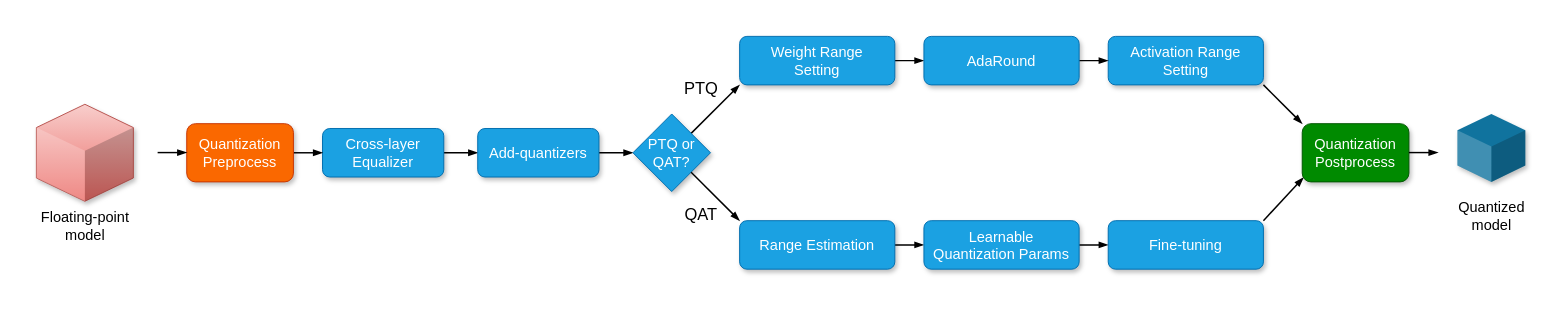
hoangtv2000/document-collection keeps this draw.io diagram as Untitled Diagram.drawio. Above is the earlier version. Source tidied: cells renumbered, new cells numbered last; positions are measured from the earlier drawing's top-left corner, leaving out a move shared by most shapes. Both pictures are drawn from the tidied source at 97%, with x=0, y=0 at pixel (31, 36).
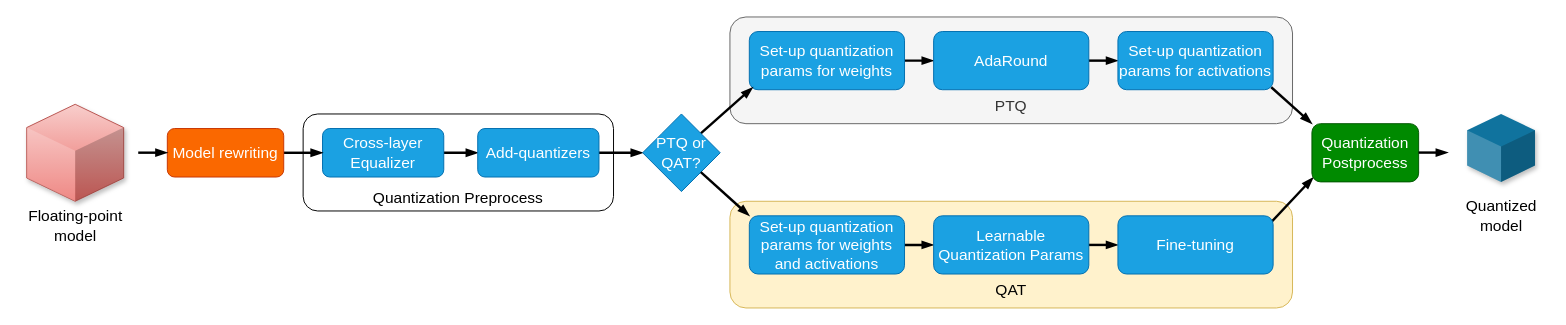
The same page after the edit.

Change to the diagram source:
```diff
@@
+    <mxCell id="13" value="&lt;div&gt;&lt;br&gt;&lt;/div&gt;&lt;div&gt;&lt;br&gt;&lt;/div&gt;&lt;div&gt;&lt;br&gt;&lt;/div&gt;&lt;div&gt;&lt;br&gt;&lt;/div&gt;&lt;div&gt;&lt;br&gt;&lt;/div&gt;&lt;div&gt;&lt;span style=&quot;font-size: 16px;&quot;&gt;PTQ&lt;/span&gt;&lt;/div&gt;" style="rounded=1;whiteSpace=wrap;html=1;fillColor=#f5f5f5;strokeColor=#666666;fontColor=#333333;" parent="1" vertex="1">
+      <mxGeometry x="720" y="-20" width="580" height="110" as="geometry" />
+    </mxCell>
+    <mxCell id="32" style="edgeStyle=orthogonalEdgeStyle;rounded=0;jettySize=auto;html=1;strokeColor=default;strokeWidth=2.5;align=center;verticalAlign=middle;fontFamily=Helvetica;fontSize=11;fontColor=default;labelBackgroundColor=default;endArrow=blockThin;endFill=1;entryX=0;entryY=0.5;entryDx=0;entryDy=0;" parent="1" edge="1" source="33">
+      <mxGeometry relative="1" as="geometry">
+        <mxPoint x="930" y="25" as="targetPoint" />
+      </mxGeometry>
+    </mxCell>
+    <mxCell id="33" value="Set-up quantization&lt;br&gt;params for weights" style="rounded=1;whiteSpace=wrap;html=1;fillColor=#1ba1e2;strokeColor=#006EAF;fontColor=#ffffff;shadow=0;fontSize=16;" parent="1" vertex="1">
+      <mxGeometry x="740" y="-5" width="160" height="60" as="geometry" />
+    </mxCell>
+    <mxCell id="34" style="edgeStyle=orthogonalEdgeStyle;rounded=0;orthogonalLoop=1;jettySize=auto;html=1;entryX=0;entryY=0.5;entryDx=0;entryDy=0;strokeColor=default;strokeWidth=2.5;align=center;verticalAlign=middle;fontFamily=Helvetica;fontSize=11;fontColor=default;labelBackgroundColor=default;endArrow=blockThin;endFill=1;" parent="1" edge="1">
+      <mxGeometry relative="1" as="geometry">
+        <mxPoint x="1090" y="25" as="sourcePoint" />
+        <mxPoint x="1120" y="25" as="targetPoint" />
+      </mxGeometry>
+    </mxCell>
+    <mxCell id="21" value="AdaRound" style="rounded=1;whiteSpace=wrap;html=1;fillColor=#1ba1e2;strokeColor=#006EAF;fontColor=#ffffff;shadow=0;fontSize=16;" parent="1" vertex="1">
+      <mxGeometry x="930" y="-5" width="160" height="60" as="geometry" />
+    </mxCell>
+    <mxCell id="35" value="Set-up quantization&lt;br&gt;params for activations" style="rounded=1;whiteSpace=wrap;html=1;fillColor=#1ba1e2;strokeColor=#006EAF;fontColor=#ffffff;shadow=0;fontSize=16;" parent="1" vertex="1">
+      <mxGeometry x="1120" y="-5" width="160" height="60" as="geometry" />
+    </mxCell>
+    <mxCell id="36" value="&lt;div&gt;&lt;br&gt;&lt;/div&gt;&lt;div&gt;&lt;br&gt;&lt;/div&gt;&lt;div&gt;&lt;br&gt;&lt;/div&gt;&lt;div&gt;&lt;br&gt;&lt;/div&gt;&lt;div&gt;&lt;br&gt;&lt;/div&gt;&lt;div&gt;&lt;font style=&quot;font-size: 16px;&quot;&gt;Quantization Preprocess&lt;/font&gt;&lt;/div&gt;" style="rounded=1;whiteSpace=wrap;html=1;" parent="1" vertex="1">
+      <mxGeometry x="280" y="80" width="320" height="100" as="geometry" />
+    </mxCell>
+    <mxCell id="17" value="&lt;div&gt;&lt;br&gt;&lt;/div&gt;&lt;div&gt;&lt;br&gt;&lt;/div&gt;&lt;div&gt;&lt;br&gt;&lt;/div&gt;&lt;div&gt;&lt;br&gt;&lt;/div&gt;&lt;div&gt;&lt;br&gt;&lt;/div&gt;&lt;div&gt;&lt;font style=&quot;font-size: 16px;&quot;&gt;QAT&lt;/font&gt;&lt;/div&gt;" style="rounded=1;whiteSpace=wrap;html=1;fillColor=#fff2cc;strokeColor=#d6b656;" parent="1" vertex="1">
+      <mxGeometry x="720" y="170" width="580" height="110" as="geometry" />
+    </mxCell>
     <mxCell id="2" style="verticalLabelPosition=bottom;verticalAlign=top;html=1;shape=mxgraph.infographic.shadedCube;isoAngle=15;fillColor=#f8cecc;strokeColor=#b85450;gradientColor=#ea6b66;shadow=1;" parent="1" vertex="1">
-      <mxGeometry x="5" y="70" width="100" height="100" as="geometry" />
+      <mxGeometry x="-5" y="70" width="100" height="100" as="geometry" />
     </mxCell>
-    <mxCell id="3" value="&lt;font style=&quot;font-size: 15px;&quot;&gt;Floating-point&lt;br&gt;model&lt;/font&gt;" style="text;html=1;align=center;verticalAlign=middle;strokeColor=none;fillColor=none;" parent="1" vertex="1">
-      <mxGeometry y="170" width="110" height="50" as="geometry" />
+    <mxCell id="3" value="&lt;font style=&quot;font-size: 16px;&quot;&gt;Floating-point&lt;br&gt;model&lt;/font&gt;" style="text;html=1;align=center;verticalAlign=middle;strokeColor=none;fillColor=none;" parent="1" vertex="1">
+      <mxGeometry x="-15" y="170" width="120" height="50" as="geometry" />
     </mxCell>
-    <mxCell id="4" style="edgeStyle=orthogonalEdgeStyle;rounded=0;jettySize=auto;html=1;strokeColor=default;strokeWidth=1.5;align=center;verticalAlign=middle;fontFamily=Helvetica;fontSize=11;fontColor=default;labelBackgroundColor=default;endArrow=blockThin;endFill=1;" parent="1" edge="1" source="5" target="7">
+    <mxCell id="4" style="edgeStyle=orthogonalEdgeStyle;rounded=0;jettySize=auto;html=1;strokeColor=default;strokeWidth=2.5;align=center;verticalAlign=middle;fontFamily=Helvetica;fontSize=11;fontColor=default;labelBackgroundColor=default;endArrow=blockThin;endFill=1;" parent="1" edge="1" source="5" target="7">
       <mxGeometry relative="1" as="geometry" />
     </mxCell>
-    <mxCell id="5" value="&lt;font style=&quot;font-size: 15px;&quot;&gt;Cross-layer Equalizer&lt;/font&gt;" style="rounded=1;whiteSpace=wrap;html=1;fillColor=#1ba1e2;strokeColor=#006EAF;fontColor=#ffffff;shadow=1;" parent="1" vertex="1">
+    <mxCell id="5" value="&lt;font style=&quot;font-size: 16px;&quot;&gt;Cross-layer Equalizer&lt;/font&gt;" style="rounded=1;whiteSpace=wrap;html=1;fillColor=#1ba1e2;strokeColor=#006EAF;fontColor=#ffffff;shadow=0;fontSize=16;" parent="1" vertex="1">
       <mxGeometry x="300" y="95" width="125" height="50" as="geometry" />
     </mxCell>
-    <mxCell id="6" style="edgeStyle=orthogonalEdgeStyle;rounded=0;jettySize=auto;html=1;entryX=0;entryY=0.5;entryDx=0;entryDy=0;strokeColor=default;strokeWidth=1.5;align=center;verticalAlign=middle;fontFamily=Helvetica;fontSize=11;fontColor=default;labelBackgroundColor=default;endArrow=blockThin;endFill=1;" parent="1" edge="1" source="7" target="10">
+    <mxCell id="6" style="edgeStyle=orthogonalEdgeStyle;rounded=0;jettySize=auto;html=1;entryX=0;entryY=0.5;entryDx=0;entryDy=0;strokeColor=default;strokeWidth=2.5;align=center;verticalAlign=middle;fontFamily=Helvetica;fontSize=11;fontColor=default;labelBackgroundColor=default;endArrow=blockThin;endFill=1;" parent="1" edge="1" source="7" target="10">
       <mxGeometry relative="1" as="geometry" />
     </mxCell>
-    <mxCell id="7" value="&lt;font style=&quot;font-size: 15px;&quot;&gt;Add-quantizers&lt;/font&gt;" style="rounded=1;whiteSpace=wrap;html=1;fillColor=#1ba1e2;strokeColor=#006EAF;fontColor=#ffffff;shadow=1;" parent="1" vertex="1">
+    <mxCell id="7" value="&lt;font style=&quot;font-size: 16px;&quot;&gt;Add-quantizers&lt;/font&gt;" style="rounded=1;whiteSpace=wrap;html=1;fillColor=#1ba1e2;strokeColor=#006EAF;fontColor=#ffffff;shadow=0;fontSize=16;" parent="1" vertex="1">
       <mxGeometry x="460" y="95" width="125" height="50" as="geometry" />
     </mxCell>
-    <mxCell id="8" style="edgeStyle=orthogonalEdgeStyle;rounded=0;jettySize=auto;html=1;entryX=0;entryY=0.5;entryDx=0;entryDy=0;endArrow=blockThin;endFill=1;strokeWidth=1.5;" parent="1" edge="1" target="5">
-      <mxGeometry relative="1" as="geometry">
-        <mxPoint x="270" y="120" as="sourcePoint" />
-        <Array as="points">
-          <mxPoint x="300" y="120" />
-          <mxPoint x="300" y="120" />
-        </Array>
-      </mxGeometry>
+    <mxCell id="8" style="edgeStyle=orthogonalEdgeStyle;rounded=0;jettySize=auto;html=1;entryX=0;entryY=0.5;entryDx=0;entryDy=0;endArrow=blockThin;endFill=1;strokeWidth=2.5;exitX=1;exitY=0.5;exitDx=0;exitDy=0;" parent="1" edge="1" source="29" target="5">
+      <mxGeometry relative="1" as="geometry" />
     </mxCell>
-    <mxCell id="9" style="rounded=0;jettySize=auto;html=1;exitX=1;exitY=0;exitDx=0;exitDy=0;entryX=0;entryY=1;entryDx=0;entryDy=0;strokeColor=default;strokeWidth=1.5;align=center;verticalAlign=middle;fontFamily=Helvetica;fontSize=11;fontColor=default;labelBackgroundColor=default;endArrow=blockThin;endFill=1;" parent="1" edge="1" source="10" target="12">
+    <mxCell id="9" style="rounded=0;jettySize=auto;html=1;exitX=1;exitY=0;exitDx=0;exitDy=0;strokeColor=default;strokeWidth=2.5;align=center;verticalAlign=middle;fontFamily=Helvetica;fontSize=11;fontColor=default;labelBackgroundColor=default;endArrow=blockThin;endFill=1;entryX=0.022;entryY=0.961;entryDx=0;entryDy=0;entryPerimeter=0;" parent="1" edge="1" source="10" target="33">
       <mxGeometry relative="1" as="geometry" />
     </mxCell>
-    <mxCell id="10" value="&lt;font style=&quot;font-size: 15px;&quot;&gt;PTQ or&lt;br&gt;QAT?&lt;/font&gt;" style="rhombus;whiteSpace=wrap;html=1;fillColor=#1ba1e2;strokeColor=#006EAF;fontColor=#ffffff;rounded=1;arcSize=0;shadow=1;" parent="1" vertex="1">
-      <mxGeometry x="620" y="80" width="80" height="80" as="geometry" />
+    <mxCell id="10" value="&lt;font style=&quot;font-size: 16px;&quot;&gt;PTQ or&lt;br style=&quot;font-size: 16px;&quot;&gt;QAT?&lt;/font&gt;" style="rhombus;whiteSpace=wrap;html=1;fillColor=#1ba1e2;strokeColor=#006EAF;fontColor=#ffffff;rounded=1;arcSize=0;shadow=0;fontSize=16;" parent="1" vertex="1">
+      <mxGeometry x="630" y="80" width="80" height="80" as="geometry" />
     </mxCell>
-    <mxCell id="11" style="edgeStyle=orthogonalEdgeStyle;rounded=0;jettySize=auto;html=1;strokeColor=default;strokeWidth=1.5;align=center;verticalAlign=middle;fontFamily=Helvetica;fontSize=11;fontColor=default;labelBackgroundColor=default;endArrow=blockThin;endFill=1;entryX=0;entryY=0.5;entryDx=0;entryDy=0;" parent="1" edge="1" source="12" target="21">
-      <mxGeometry relative="1" as="geometry" />
-    </mxCell>
-    <mxCell id="12" value="&lt;span style=&quot;font-size: 15px;&quot;&gt;Weight Range&lt;br&gt;Setting&lt;/span&gt;" style="rounded=1;whiteSpace=wrap;html=1;fillColor=#1ba1e2;strokeColor=#006EAF;fontColor=#ffffff;shadow=1;" parent="1" vertex="1">
-      <mxGeometry x="730" width="160" height="50" as="geometry" />
-    </mxCell>
-    <mxCell id="13" value="&lt;font style=&quot;font-size: 17px;&quot;&gt;PTQ&lt;/font&gt;" style="text;html=1;align=center;verticalAlign=middle;strokeColor=none;fillColor=none;fontFamily=Helvetica;fontSize=11;fontColor=default;labelBackgroundColor=default;" parent="1" vertex="1">
-      <mxGeometry x="660" y="40" width="60" height="30" as="geometry" />
-    </mxCell>
-    <mxCell id="14" style="edgeStyle=orthogonalEdgeStyle;rounded=0;jettySize=auto;html=1;strokeColor=default;strokeWidth=1.5;align=center;verticalAlign=middle;fontFamily=Helvetica;fontSize=11;fontColor=default;labelBackgroundColor=default;endArrow=blockThin;endFill=1;entryX=0;entryY=0.5;entryDx=0;entryDy=0;" parent="1" edge="1" source="15" target="23">
-      <mxGeometry relative="1" as="geometry" />
+    <mxCell id="14" style="edgeStyle=orthogonalEdgeStyle;rounded=0;jettySize=auto;html=1;strokeColor=default;strokeWidth=2.5;align=center;verticalAlign=middle;fontFamily=Helvetica;fontSize=11;fontColor=default;labelBackgroundColor=default;endArrow=blockThin;endFill=1;entryX=0;entryY=0.5;entryDx=0;entryDy=0;" parent="1" edge="1" source="15">
+      <mxGeometry relative="1" as="geometry">
+        <mxPoint x="930" y="215" as="targetPoint" />
+      </mxGeometry>
     </mxCell>
-    <mxCell id="15" value="&lt;span style=&quot;font-size: 15px;&quot;&gt;Range Estimation&lt;/span&gt;" style="rounded=1;whiteSpace=wrap;html=1;fillColor=#1ba1e2;strokeColor=#006EAF;fontColor=#ffffff;shadow=1;" parent="1" vertex="1">
-      <mxGeometry x="730" y="190" width="160" height="50" as="geometry" />
+    <mxCell id="15" value="Set-up quantization&lt;br&gt;params for weights and activations" style="rounded=1;whiteSpace=wrap;html=1;fillColor=#1ba1e2;strokeColor=#006EAF;fontColor=#ffffff;shadow=0;fontSize=16;" parent="1" vertex="1">
+      <mxGeometry x="740" y="185" width="160" height="60" as="geometry" />
     </mxCell>
-    <mxCell id="16" style="rounded=0;jettySize=auto;html=1;exitX=1;exitY=1;exitDx=0;exitDy=0;entryX=0;entryY=0;entryDx=0;entryDy=0;strokeColor=default;strokeWidth=1.5;align=center;verticalAlign=middle;fontFamily=Helvetica;fontSize=11;fontColor=default;labelBackgroundColor=default;endArrow=blockThin;endFill=1;" parent="1" edge="1" source="10" target="15">
+    <mxCell id="16" style="rounded=0;jettySize=auto;html=1;exitX=1;exitY=1;exitDx=0;exitDy=0;entryX=0;entryY=0;entryDx=0;entryDy=0;strokeColor=default;strokeWidth=2.5;align=center;verticalAlign=middle;fontFamily=Helvetica;fontSize=11;fontColor=default;labelBackgroundColor=default;endArrow=blockThin;endFill=1;" parent="1" edge="1" source="10" target="15">
       <mxGeometry relative="1" as="geometry" />
     </mxCell>
-    <mxCell id="17" value="&lt;font style=&quot;font-size: 17px;&quot;&gt;QAT&lt;/font&gt;" style="text;html=1;align=center;verticalAlign=middle;strokeColor=none;fillColor=none;fontFamily=Helvetica;fontSize=11;fontColor=default;labelBackgroundColor=default;" parent="1" vertex="1">
-      <mxGeometry x="660" y="170" width="60" height="30" as="geometry" />
-    </mxCell>
-    <mxCell id="18" style="rounded=0;jettySize=auto;html=1;exitX=1;exitY=1;exitDx=0;exitDy=0;strokeColor=default;strokeWidth=1.5;align=center;verticalAlign=middle;fontFamily=Helvetica;fontSize=11;fontColor=default;labelBackgroundColor=default;endArrow=blockThin;endFill=1;entryX=0;entryY=0;entryDx=0;entryDy=0;" parent="1" edge="1" source="19" target="28">
+    <mxCell id="18" style="rounded=0;jettySize=auto;html=1;exitX=0.988;exitY=0.957;exitDx=0;exitDy=0;strokeColor=default;strokeWidth=2.5;align=center;verticalAlign=middle;fontFamily=Helvetica;fontSize=11;fontColor=default;labelBackgroundColor=default;endArrow=blockThin;endFill=1;entryX=0;entryY=0;entryDx=0;entryDy=0;exitPerimeter=0;" parent="1" edge="1" source="35" target="28">
       <mxGeometry relative="1" as="geometry" />
     </mxCell>
-    <mxCell id="19" value="&lt;span style=&quot;font-size: 15px;&quot;&gt;Activation Range&lt;br&gt;Setting&lt;/span&gt;" style="rounded=1;whiteSpace=wrap;html=1;fillColor=#1ba1e2;strokeColor=#006EAF;fontColor=#ffffff;shadow=1;" parent="1" vertex="1">
-      <mxGeometry x="1110" width="160" height="50" as="geometry" />
-    </mxCell>
-    <mxCell id="20" style="edgeStyle=orthogonalEdgeStyle;rounded=0;jettySize=auto;html=1;entryX=0;entryY=0.5;entryDx=0;entryDy=0;strokeColor=default;strokeWidth=1.5;align=center;verticalAlign=middle;fontFamily=Helvetica;fontSize=11;fontColor=default;labelBackgroundColor=default;endArrow=blockThin;endFill=1;" parent="1" edge="1" source="21" target="19">
-      <mxGeometry relative="1" as="geometry" />
-    </mxCell>
-    <mxCell id="21" value="&lt;span style=&quot;font-size: 15px;&quot;&gt;AdaRound&lt;/span&gt;" style="rounded=1;whiteSpace=wrap;html=1;fillColor=#1ba1e2;strokeColor=#006EAF;fontColor=#ffffff;shadow=1;" parent="1" vertex="1">
-      <mxGeometry x="920" width="160" height="50" as="geometry" />
-    </mxCell>
-    <mxCell id="22" style="edgeStyle=orthogonalEdgeStyle;rounded=0;jettySize=auto;html=1;entryX=0;entryY=0.5;entryDx=0;entryDy=0;strokeColor=default;strokeWidth=1.5;align=center;verticalAlign=middle;fontFamily=Helvetica;fontSize=11;fontColor=default;labelBackgroundColor=default;endArrow=blockThin;endFill=1;" parent="1" edge="1" source="23" target="25">
-      <mxGeometry relative="1" as="geometry" />
+    <mxCell id="22" style="edgeStyle=orthogonalEdgeStyle;rounded=0;orthogonalLoop=1;jettySize=auto;html=1;entryX=0;entryY=0.5;entryDx=0;entryDy=0;strokeColor=default;strokeWidth=2.5;align=center;verticalAlign=middle;fontFamily=Helvetica;fontSize=11;fontColor=default;labelBackgroundColor=default;endArrow=blockThin;endFill=1;" parent="1" edge="1">
+      <mxGeometry relative="1" as="geometry">
+        <mxPoint x="1090" y="215" as="sourcePoint" />
+        <mxPoint x="1120" y="215" as="targetPoint" />
+      </mxGeometry>
     </mxCell>
-    <mxCell id="23" value="&lt;span style=&quot;font-size: 15px;&quot;&gt;Learnable&lt;/span&gt;&lt;br style=&quot;font-size: 15px;&quot;&gt;&lt;span style=&quot;font-size: 15px;&quot;&gt;Quantization Params&lt;/span&gt;" style="rounded=1;whiteSpace=wrap;html=1;fillColor=#1ba1e2;strokeColor=#006EAF;fontColor=#ffffff;shadow=1;" parent="1" vertex="1">
-      <mxGeometry x="920" y="190" width="160" height="50" as="geometry" />
-    </mxCell>
-    <mxCell id="24" style="rounded=0;jettySize=auto;html=1;exitX=1;exitY=0;exitDx=0;exitDy=0;strokeColor=default;strokeWidth=1.5;align=center;verticalAlign=middle;fontFamily=Helvetica;fontSize=11;fontColor=default;labelBackgroundColor=default;endArrow=blockThin;endFill=1;entryX=0.012;entryY=0.925;entryDx=0;entryDy=0;entryPerimeter=0;" parent="1" edge="1" source="25" target="28">
-      <mxGeometry relative="1" as="geometry" />
+    <mxCell id="24" style="rounded=0;jettySize=auto;html=1;exitX=0.979;exitY=0.064;exitDx=0;exitDy=0;strokeColor=default;strokeWidth=2.5;align=center;verticalAlign=middle;fontFamily=Helvetica;fontSize=11;fontColor=default;labelBackgroundColor=default;endArrow=blockThin;endFill=1;entryX=0.012;entryY=0.925;entryDx=0;entryDy=0;entryPerimeter=0;exitPerimeter=0;" parent="1" edge="1" target="28">
+      <mxGeometry relative="1" as="geometry">
+        <mxPoint x="1276.6" y="193.2" as="sourcePoint" />
+      </mxGeometry>
     </mxCell>
-    <mxCell id="25" value="&lt;span style=&quot;font-size: 15px;&quot;&gt;Fine-tuning&lt;/span&gt;" style="rounded=1;whiteSpace=wrap;html=1;fillColor=#1ba1e2;strokeColor=#006EAF;fontColor=#ffffff;shadow=1;" parent="1" vertex="1">
-      <mxGeometry x="1110" y="190" width="160" height="50" as="geometry" />
-    </mxCell>
-    <mxCell id="26" value="&lt;span style=&quot;font-size: 15px;&quot;&gt;Quantized&lt;br&gt;model&lt;/span&gt;" style="text;html=1;align=center;verticalAlign=middle;strokeColor=none;fillColor=none;" parent="1" vertex="1">
-      <mxGeometry x="1460" y="160" width="90" height="50" as="geometry" />
+    <mxCell id="26" value="&lt;span style=&quot;font-size: 16px;&quot;&gt;Quantized&lt;br&gt;model&lt;/span&gt;" style="text;html=1;align=center;verticalAlign=middle;strokeColor=none;fillColor=none;" parent="1" vertex="1">
+      <mxGeometry x="1465" y="160" width="100" height="50" as="geometry" />
     </mxCell>
     <mxCell id="27" style="verticalLabelPosition=bottom;verticalAlign=top;html=1;shape=mxgraph.infographic.shadedCube;isoAngle=15;fillColor=#10739E;strokeColor=none;fontFamily=Helvetica;fontSize=11;fontColor=default;labelBackgroundColor=default;shadow=1;" parent="1" vertex="1">
-      <mxGeometry x="1470" y="80" width="70" height="70" as="geometry" />
+      <mxGeometry x="1480" y="80" width="70" height="70" as="geometry" />
     </mxCell>
-    <mxCell id="28" value="&lt;span style=&quot;font-size: 15px;&quot;&gt;Quantization&lt;/span&gt;&lt;br&gt;&lt;span style=&quot;font-size: 15px;&quot;&gt;Postprocess&lt;/span&gt;" style="rounded=1;whiteSpace=wrap;html=1;fillColor=#008a00;strokeColor=#005700;shadow=1;fontColor=#ffffff;" parent="1" vertex="1">
-      <mxGeometry x="1310" y="90" width="110" height="60" as="geometry" />
+    <mxCell id="28" value="&lt;span style=&quot;font-size: 16px;&quot;&gt;Quantization&lt;/span&gt;&lt;br style=&quot;font-size: 16px;&quot;&gt;&lt;span style=&quot;font-size: 16px;&quot;&gt;Postprocess&lt;/span&gt;" style="rounded=1;whiteSpace=wrap;html=1;fillColor=#008a00;strokeColor=#005700;shadow=0;fontColor=#ffffff;fontSize=16;" parent="1" vertex="1">
+      <mxGeometry x="1320" y="90" width="110" height="60" as="geometry" />
     </mxCell>
-    <mxCell id="29" value="&lt;font color=&quot;#ffffff&quot;&gt;&lt;span style=&quot;font-size: 15px;&quot;&gt;Quantization&lt;/span&gt;&lt;br&gt;&lt;span style=&quot;font-size: 15px;&quot;&gt;Preprocess&lt;/span&gt;&lt;/font&gt;" style="rounded=1;whiteSpace=wrap;html=1;fillColor=#fa6800;strokeColor=#C73500;shadow=1;fontColor=#000000;" parent="1" vertex="1">
-      <mxGeometry x="160" y="90" width="110" height="60" as="geometry" />
+    <mxCell id="29" value="&lt;font color=&quot;#ffffff&quot; style=&quot;font-size: 16px;&quot;&gt;Model rewriting&lt;/font&gt;" style="rounded=1;whiteSpace=wrap;html=1;fillColor=#fa6800;strokeColor=#C73500;shadow=0;fontColor=#000000;fontSize=16;" parent="1" vertex="1">
+      <mxGeometry x="140" y="95" width="120" height="50" as="geometry" />
     </mxCell>
-    <mxCell id="30" style="edgeStyle=orthogonalEdgeStyle;rounded=0;orthogonalLoop=1;jettySize=auto;html=1;entryX=0;entryY=0.5;entryDx=0;entryDy=0;endArrow=blockThin;endFill=1;strokeWidth=1.5;" parent="1" edge="1">
+    <mxCell id="30" style="edgeStyle=orthogonalEdgeStyle;rounded=0;orthogonalLoop=1;jettySize=auto;html=1;entryX=0;entryY=0.5;entryDx=0;entryDy=0;endArrow=blockThin;endFill=1;strokeWidth=2.5;" parent="1" edge="1">
       <mxGeometry relative="1" as="geometry">
-        <mxPoint x="130" y="119.8" as="sourcePoint" />
-        <mxPoint x="160" y="119.8" as="targetPoint" />
+        <mxPoint x="110" y="119.9" as="sourcePoint" />
+        <mxPoint x="140" y="119.9" as="targetPoint" />
         <Array as="points">
-          <mxPoint x="160" y="119.8" />
-          <mxPoint x="160" y="119.8" />
+          <mxPoint x="140" y="119.9" />
+          <mxPoint x="140" y="119.9" />
         </Array>
       </mxGeometry>
     </mxCell>
-    <mxCell id="31" style="edgeStyle=orthogonalEdgeStyle;rounded=0;orthogonalLoop=1;jettySize=auto;html=1;entryX=0;entryY=0.5;entryDx=0;entryDy=0;endArrow=blockThin;endFill=1;strokeWidth=1.5;" parent="1" edge="1">
+    <mxCell id="31" style="edgeStyle=orthogonalEdgeStyle;rounded=0;orthogonalLoop=1;jettySize=auto;html=1;entryX=0;entryY=0.5;entryDx=0;entryDy=0;endArrow=blockThin;endFill=1;strokeWidth=2.5;" parent="1" edge="1">
       <mxGeometry relative="1" as="geometry">
-        <mxPoint x="1420" y="119.8" as="sourcePoint" />
-        <mxPoint x="1450" y="119.8" as="targetPoint" />
+        <mxPoint x="1430" y="119.8" as="sourcePoint" />
+        <mxPoint x="1460" y="119.8" as="targetPoint" />
         <Array as="points">
-          <mxPoint x="1450" y="119.8" />
-          <mxPoint x="1450" y="119.8" />
+          <mxPoint x="1460" y="119.8" />
+          <mxPoint x="1460" y="119.8" />
         </Array>
       </mxGeometry>
     </mxCell>
+    <mxCell id="23" value="Learnable&lt;br&gt;Quantization Params" style="rounded=1;whiteSpace=wrap;html=1;fillColor=#1ba1e2;strokeColor=#006EAF;fontColor=#ffffff;shadow=0;fontSize=16;" parent="1" vertex="1">
+      <mxGeometry x="930" y="185" width="160" height="60" as="geometry" />
+    </mxCell>
+    <mxCell id="25" value="Fine-tuning" style="rounded=1;whiteSpace=wrap;html=1;fillColor=#1ba1e2;strokeColor=#006EAF;fontColor=#ffffff;shadow=0;fontSize=16;" parent="1" vertex="1">
+      <mxGeometry x="1120" y="185" width="160" height="60" as="geometry" />
+    </mxCell>
```
